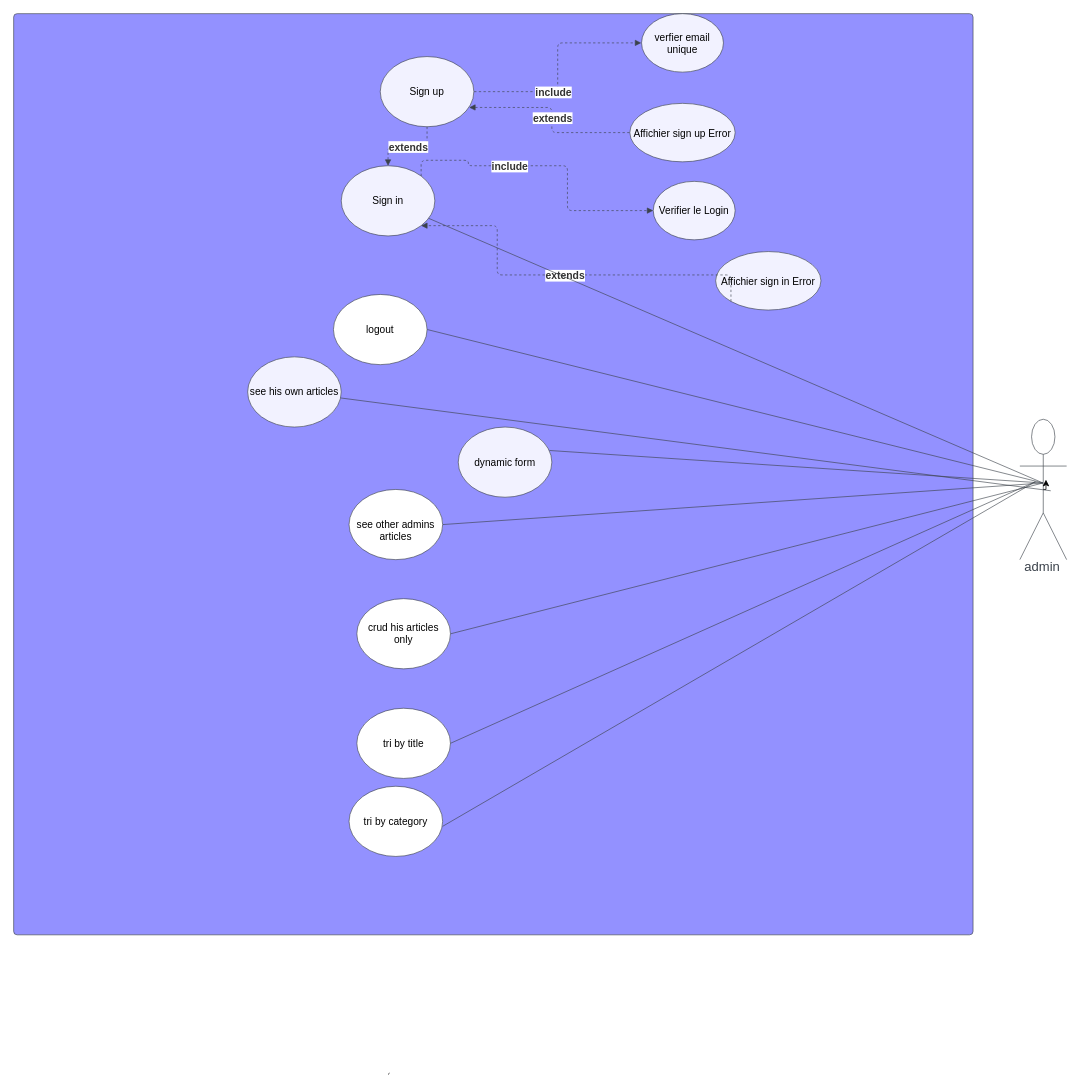
The draw.io diagram diagrams/diagram use case.drawio in ABRACHE01/Planet.DEV__website, before the edit. Source tidied: cells renumbered, new cells numbered last; positions are measured from the earlier drawing's top-left corner, leaving out a move shared by most shapes. Both pictures are drawn from the tidied source at 78%, with x=0, y=0 at pixel (13, 13).
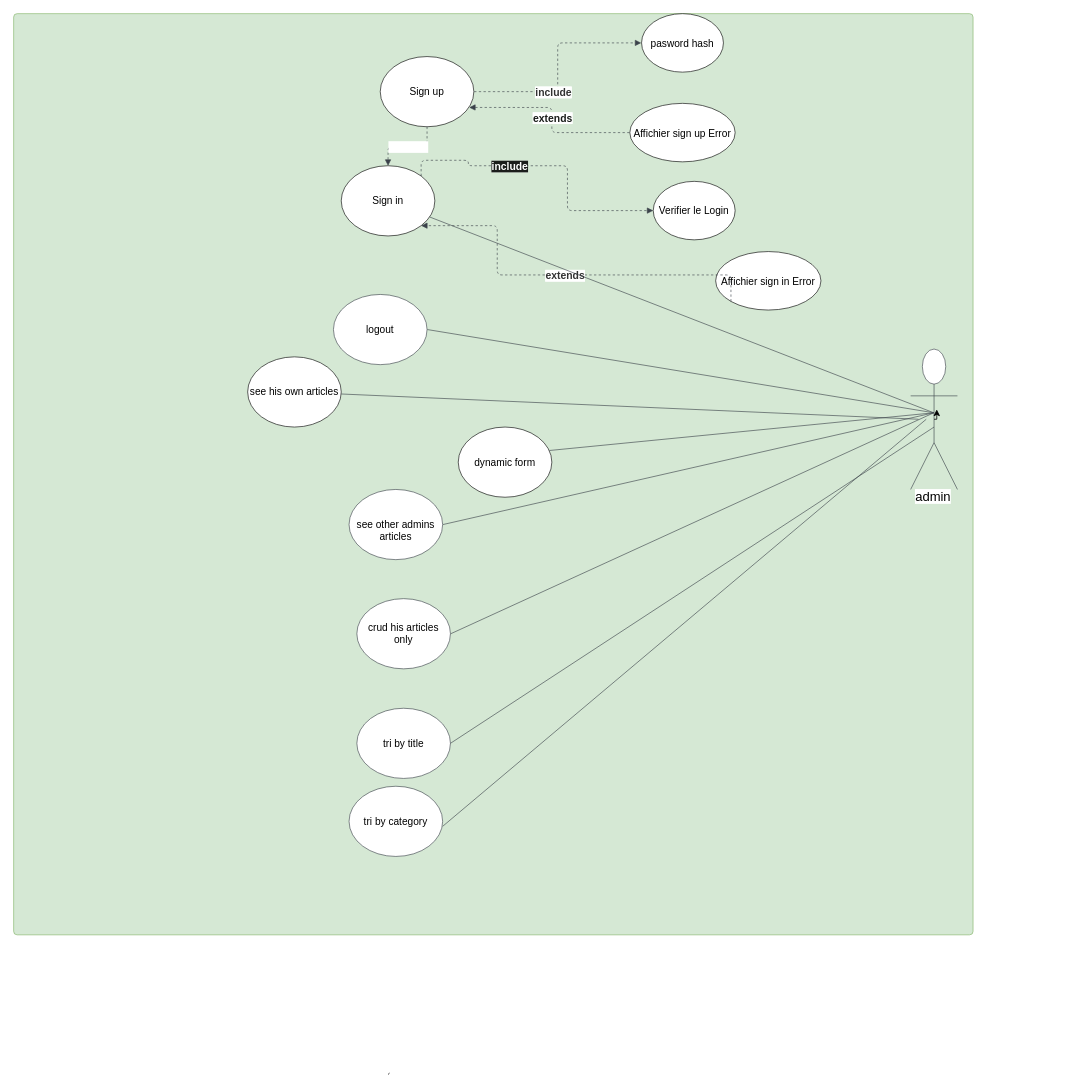
After the change.

Unchanged cells that the change refers to:
```xml
<mxCell id="3" style="html=1;jettySize=18;whiteSpace=wrap;fontSize=13;strokeColor=#3a414a;strokeOpacity=100;dashed=1;fixDash=1;strokeWidth=0.8;rounded=1;arcSize=12;edgeStyle=orthogonalEdgeStyle;startArrow=none;endArrow=block;endFill=1;exitX=1;exitY=0;entryX=0;entryY=0.5;entryDx=0;entryDy=0;exitDx=0;exitDy=0;" parent="2" edge="1" source="9" target="8">
  <mxGeometry relative="1" as="geometry">
    <Array as="points">
      <mxPoint x="583" y="188" />
      <mxPoint x="583" y="195" />
      <mxPoint x="710" y="195" />
      <mxPoint x="710" y="253" />
    </Array>
  </mxGeometry>
</mxCell>
<mxCell id="6" value="&lt;br&gt;see other admins articles&lt;br&gt;" style="html=1;overflow=block;blockSpacing=1;whiteSpace=wrap;ellipse;fontSize=13;spacing=3.8;strokeColor=#3a414a;strokeOpacity=100;rounded=1;absoluteArcSize=1;arcSize=9;strokeWidth=0.8;" parent="2" vertex="1">
  <mxGeometry x="430" y="610" width="120" height="90" as="geometry" />
</mxCell>
<mxCell id="7" value="crud his articles only" style="html=1;overflow=block;blockSpacing=1;whiteSpace=wrap;ellipse;fontSize=13;spacing=3.8;strokeColor=#3a414a;strokeOpacity=100;rounded=1;absoluteArcSize=1;arcSize=9;strokeWidth=0.8;" parent="2" vertex="1">
  <mxGeometry x="440" y="750" width="120" height="90" as="geometry" />
</mxCell>
<mxCell id="10" style="html=1;jettySize=18;whiteSpace=wrap;fontSize=13;strokeColor=#3a414a;strokeOpacity=100;dashed=1;fixDash=1;strokeWidth=0.8;rounded=1;arcSize=12;edgeStyle=orthogonalEdgeStyle;startArrow=none;endArrow=block;endFill=1;exitX=0;exitY=1;entryX=1;entryY=1;entryDx=0;entryDy=0;exitDx=0;exitDy=0;" parent="2" edge="1" source="5" target="9">
  <mxGeometry relative="1" as="geometry">
    <Array as="points">
      <mxPoint x="849" y="335" />
      <mxPoint x="620" y="335" />
      <mxPoint x="620" y="252" />
    </Array>
  </mxGeometry>
</mxCell>
<mxCell id="15" style="html=1;jettySize=18;whiteSpace=wrap;fontSize=13;strokeColor=#3a414a;strokeOpacity=100;dashed=1;fixDash=1;strokeWidth=0.8;rounded=1;arcSize=12;edgeStyle=orthogonalEdgeStyle;startArrow=none;endArrow=block;endFill=1;exitX=1.003;exitY=0.5;exitPerimeter=0;entryX=-0.004;entryY=0.5;entryPerimeter=0;" parent="2" edge="1" source="14" target="13">
  <mxGeometry relative="1" as="geometry" />
</mxCell>
<mxCell id="17" style="html=1;jettySize=18;whiteSpace=wrap;fontSize=13;strokeColor=#3a414a;strokeOpacity=100;dashed=1;fixDash=1;strokeWidth=0.8;rounded=1;arcSize=12;edgeStyle=orthogonalEdgeStyle;startArrow=none;endArrow=block;endFill=1;exitX=-0.003;exitY=0.5;exitPerimeter=0;entryX=0.95;entryY=0.725;entryPerimeter=0;" parent="2" edge="1" source="12" target="14">
  <mxGeometry relative="1" as="geometry" />
</mxCell>
<mxCell id="19" style="html=1;jettySize=18;whiteSpace=wrap;fontSize=13;strokeColor=#3a414a;strokeOpacity=100;dashed=1;fixDash=1;strokeWidth=0.8;rounded=1;arcSize=12;edgeStyle=orthogonalEdgeStyle;startArrow=none;endArrow=block;endFill=1;entryX=0.5;entryY=0;entryDx=0;entryDy=0;" parent="2" edge="1" source="14" target="9">
  <mxGeometry relative="1" as="geometry" />
</mxCell>
<mxCell id="22" value="logout" style="html=1;overflow=block;blockSpacing=1;whiteSpace=wrap;ellipse;fontSize=13;spacing=3.8;strokeColor=#3a414a;strokeOpacity=100;rounded=1;absoluteArcSize=1;arcSize=9;strokeWidth=0.8;" parent="2" vertex="1">
  <mxGeometry x="410" y="360" width="120" height="90" as="geometry" />
</mxCell>
<mxCell id="23" value="tri by title" style="html=1;overflow=block;blockSpacing=1;whiteSpace=wrap;ellipse;fontSize=13;spacing=3.8;strokeColor=#3a414a;strokeOpacity=100;rounded=1;absoluteArcSize=1;arcSize=9;strokeWidth=0.8;" parent="2" vertex="1">
  <mxGeometry x="440" y="890.5" width="120" height="90" as="geometry" />
</mxCell>
```

The edit, as a diff of the source:
```diff
@@
-    <mxCell id="2" style="html=1;overflow=block;blockSpacing=1;whiteSpace=wrap;fontSize=16.7;fontColor=#3a414a;spacing=0;strokeColor=#3a414a;strokeOpacity=100;fillOpacity=100;rounded=1;absoluteArcSize=1;arcSize=9;fillColor=#9391ff;strokeWidth=0.8;" parent="1" vertex="1">
+    <mxCell id="2" style="html=1;overflow=block;blockSpacing=1;whiteSpace=wrap;fontSize=16.7;spacing=0;strokeColor=#82b366;strokeOpacity=100;fillOpacity=100;rounded=1;absoluteArcSize=1;arcSize=9;fillColor=#d5e8d4;strokeWidth=0.8;" parent="1" vertex="1">
       <mxGeometry width="1230" height="1181" as="geometry" />
     </mxCell>
@@
-    <mxCell id="4" value="include" style="text;html=1;labelBackgroundColor=default;align=center;verticalAlign=middle;fontStyle=1;fontColor=#333333;fontSize=13.3;" parent="3" vertex="1">
+    <mxCell id="4" value="&lt;span style=&quot;background-color: rgb(27, 29, 27);&quot;&gt;&lt;font color=&quot;#ffffff&quot;&gt;include&lt;/font&gt;&lt;/span&gt;" style="text;html=1;labelBackgroundColor=default;align=center;verticalAlign=middle;fontStyle=1;fontColor=#333333;fontSize=13.3;" parent="3" vertex="1">
       <mxGeometry x="-0.27" relative="1" as="geometry" />
     </mxCell>
-    <mxCell id="5" value="Affichier  sign in Error" style="html=1;overflow=block;blockSpacing=1;whiteSpace=wrap;ellipse;fontSize=13;spacing=3.8;strokeColor=#3a414a;strokeOpacity=100;fillOpacity=100;rounded=1;absoluteArcSize=1;arcSize=9;fillColor=#f2f2ff;strokeWidth=0.8;" parent="2" vertex="1">
+    <mxCell id="5" value="Affichier  sign in Error" style="html=1;overflow=block;blockSpacing=1;whiteSpace=wrap;ellipse;fontSize=13;spacing=3.8;strokeOpacity=100;fillOpacity=100;rounded=1;absoluteArcSize=1;arcSize=9;strokeWidth=0.8;" parent="2" vertex="1">
       <mxGeometry x="900" y="305" width="135" height="75" as="geometry" />
     </mxCell>
@@
-    <mxCell id="8" value="Verifier le  Login" style="html=1;overflow=block;blockSpacing=1;whiteSpace=wrap;ellipse;fontSize=13;spacing=3.8;strokeColor=#3a414a;strokeOpacity=100;fillOpacity=100;rounded=1;absoluteArcSize=1;arcSize=9;fillColor=#f2f2ff;strokeWidth=0.8;" parent="2" vertex="1">
+    <mxCell id="8" value="Verifier le  Login" style="html=1;overflow=block;blockSpacing=1;whiteSpace=wrap;ellipse;fontSize=13;spacing=3.8;strokeOpacity=100;fillOpacity=100;rounded=1;absoluteArcSize=1;arcSize=9;strokeWidth=0.8;" parent="2" vertex="1">
       <mxGeometry x="820" y="215" width="105" height="75" as="geometry" />
     </mxCell>
-    <mxCell id="9" value="Sign in" style="html=1;overflow=block;blockSpacing=1;whiteSpace=wrap;ellipse;fontSize=13;spacing=3.8;strokeColor=#3a414a;strokeOpacity=100;fillOpacity=100;rounded=1;absoluteArcSize=1;arcSize=9;fillColor=#f2f2ff;strokeWidth=0.8;" parent="2" vertex="1">
+    <mxCell id="9" value="Sign in" style="html=1;overflow=block;blockSpacing=1;whiteSpace=wrap;ellipse;fontSize=13;spacing=3.8;strokeOpacity=100;fillOpacity=100;rounded=1;absoluteArcSize=1;arcSize=9;strokeWidth=0.8;" parent="2" vertex="1">
       <mxGeometry x="420" y="195" width="120" height="90" as="geometry" />
     </mxCell>
@@
-    <mxCell id="11" value="extends" style="text;html=1;labelBackgroundColor=default;align=center;verticalAlign=middle;fontStyle=1;fontColor=#333333;fontSize=13.3;" parent="10" vertex="1">
+    <mxCell id="11" value="&lt;span style=&quot;background-color: rgb(255, 255, 255);&quot;&gt;extends&lt;/span&gt;" style="text;html=1;labelBackgroundColor=default;align=center;verticalAlign=middle;fontStyle=1;fontColor=#333333;fontSize=13.3;" parent="10" vertex="1">
       <mxGeometry relative="1" as="geometry" />
     </mxCell>
-    <mxCell id="12" value="Affichier  sign up Error" style="html=1;overflow=block;blockSpacing=1;whiteSpace=wrap;ellipse;fontSize=13;spacing=3.8;strokeColor=#3a414a;strokeOpacity=100;fillOpacity=100;rounded=1;absoluteArcSize=1;arcSize=9;fillColor=#f2f2ff;strokeWidth=0.8;" parent="2" vertex="1">
+    <mxCell id="12" value="Affichier  sign up Error" style="html=1;overflow=block;blockSpacing=1;whiteSpace=wrap;ellipse;fontSize=13;spacing=3.8;strokeOpacity=100;fillOpacity=100;rounded=1;absoluteArcSize=1;arcSize=9;strokeWidth=0.8;" parent="2" vertex="1">
       <mxGeometry x="790" y="115" width="135" height="75" as="geometry" />
     </mxCell>
-    <mxCell id="13" value="verfier email unique" style="html=1;overflow=block;blockSpacing=1;whiteSpace=wrap;ellipse;fontSize=13;spacing=3.8;strokeColor=#3a414a;strokeOpacity=100;fillOpacity=100;rounded=1;absoluteArcSize=1;arcSize=9;fillColor=#f2f2ff;strokeWidth=0.8;" parent="2" vertex="1">
+    <mxCell id="13" value="pasword hash&lt;br&gt;" style="html=1;overflow=block;blockSpacing=1;whiteSpace=wrap;ellipse;fontSize=13;spacing=3.8;strokeOpacity=100;fillOpacity=100;rounded=1;absoluteArcSize=1;arcSize=9;strokeWidth=0.8;" parent="2" vertex="1">
       <mxGeometry x="805" width="105" height="75" as="geometry" />
     </mxCell>
-    <mxCell id="14" value="Sign up" style="html=1;overflow=block;blockSpacing=1;whiteSpace=wrap;ellipse;fontSize=13;spacing=3.8;strokeColor=#3a414a;strokeOpacity=100;fillOpacity=100;rounded=1;absoluteArcSize=1;arcSize=9;fillColor=#f2f2ff;strokeWidth=0.8;" parent="2" vertex="1">
+    <mxCell id="14" value="Sign up" style="html=1;overflow=block;blockSpacing=1;whiteSpace=wrap;ellipse;fontSize=13;spacing=3.8;strokeOpacity=100;fillOpacity=100;rounded=1;absoluteArcSize=1;arcSize=9;strokeWidth=0.8;" parent="2" vertex="1">
       <mxGeometry x="470" y="55" width="120" height="90" as="geometry" />
     </mxCell>
@@
-    <mxCell id="16" value="include" style="text;html=1;labelBackgroundColor=default;align=center;verticalAlign=middle;fontStyle=1;fontColor=#333333;fontSize=13.3;" parent="15" vertex="1">
+    <mxCell id="16" value="&lt;span style=&quot;background-color: rgb(255, 255, 255);&quot;&gt;include&lt;/span&gt;" style="text;html=1;labelBackgroundColor=default;align=center;verticalAlign=middle;fontStyle=1;fontColor=#333333;fontSize=13.3;" parent="15" vertex="1">
       <mxGeometry x="-0.27" relative="1" as="geometry" />
     </mxCell>
@@
-    <mxCell id="18" value="extends" style="text;html=1;labelBackgroundColor=default;align=center;verticalAlign=middle;fontStyle=1;fontColor=#333333;fontSize=13.3;" parent="17" vertex="1">
+    <mxCell id="18" value="&lt;font style=&quot;background-color: rgb(255, 255, 255);&quot; color=&quot;#1b1d1b&quot;&gt;extends&lt;/font&gt;" style="text;html=1;labelBackgroundColor=default;align=center;verticalAlign=middle;fontStyle=1;fontColor=#333333;fontSize=13.3;" parent="17" vertex="1">
       <mxGeometry relative="1" as="geometry" />
     </mxCell>
@@
-    <mxCell id="20" value="extends" style="text;html=1;labelBackgroundColor=default;align=center;verticalAlign=middle;fontStyle=1;fontColor=#333333;fontSize=13.3;" parent="19" vertex="1">
+    <mxCell id="20" value="&lt;font color=&quot;#ffffff&quot;&gt;extends&lt;/font&gt;" style="text;html=1;labelBackgroundColor=default;align=center;verticalAlign=middle;fontStyle=1;fontColor=#333333;fontSize=13.3;" parent="19" vertex="1">
       <mxGeometry relative="1" as="geometry" />
     </mxCell>
-    <mxCell id="21" value="dynamic form" style="html=1;overflow=block;blockSpacing=1;whiteSpace=wrap;ellipse;fontSize=13;spacing=3.8;strokeColor=#3a414a;strokeOpacity=100;fillOpacity=100;rounded=1;absoluteArcSize=1;arcSize=9;fillColor=#f2f2ff;strokeWidth=0.8;" parent="2" vertex="1">
+    <mxCell id="21" value="dynamic form" style="html=1;overflow=block;blockSpacing=1;whiteSpace=wrap;ellipse;fontSize=13;spacing=3.8;strokeOpacity=100;fillOpacity=100;rounded=1;absoluteArcSize=1;arcSize=9;strokeWidth=0.8;" parent="2" vertex="1">
       <mxGeometry x="570" y="530" width="120" height="90" as="geometry" />
     </mxCell>
@@
     <mxCell id="25" style="html=1;jettySize=18;whiteSpace=wrap;fontSize=13;strokeColor=#3a414a;strokeOpacity=100;strokeWidth=0.8;rounded=0;startArrow=none;endArrow=none;entryX=1.003;entryY=0.5;entryPerimeter=0;" parent="2" edge="1">
       <mxGeometry relative="1" as="geometry">
-        <mxPoint x="1310" y="600" as="sourcePoint" />
+        <mxPoint x="1170" y="520" as="sourcePoint" />
         <mxPoint x="550" y="1041.9" as="targetPoint" />
       </mxGeometry>
     </mxCell>
-    <mxCell id="26" value="see his own articles" style="html=1;overflow=block;blockSpacing=1;whiteSpace=wrap;ellipse;fontSize=13;spacing=3.8;strokeColor=#3a414a;strokeOpacity=100;fillOpacity=100;rounded=1;absoluteArcSize=1;arcSize=9;fillColor=#f2f2ff;strokeWidth=0.8;" parent="2" vertex="1">
+    <mxCell id="26" value="see his own articles" style="html=1;overflow=block;blockSpacing=1;whiteSpace=wrap;ellipse;fontSize=13;spacing=3.8;strokeOpacity=100;fillOpacity=100;rounded=1;absoluteArcSize=1;arcSize=9;strokeWidth=0.8;" parent="2" vertex="1">
       <mxGeometry x="300" y="440" width="120" height="90" as="geometry" />
     </mxCell>
-    <mxCell id="27" value="admin" style="html=1;overflow=block;blockSpacing=1;shape=umlActor;labelPosition=center;verticalLabelPosition=bottom;verticalAlign=top;whiteSpace=nowrap;fontSize=16.7;fontColor=#3a414a;spacing=0;strokeColor=#3a414a;strokeOpacity=100;rounded=1;absoluteArcSize=1;arcSize=9;strokeWidth=0.8;" parent="1" vertex="1">
-      <mxGeometry x="1290" y="520" width="60" height="180" as="geometry" />
+    <mxCell id="27" value="&lt;span style=&quot;background-color: rgb(255, 255, 255);&quot;&gt;&lt;font color=&quot;#000000&quot;&gt;admin&lt;/font&gt;&lt;/span&gt;" style="html=1;overflow=block;blockSpacing=1;shape=umlActor;labelPosition=center;verticalLabelPosition=bottom;verticalAlign=top;whiteSpace=nowrap;fontSize=16.7;fontColor=#FFFFFF;spacing=0;strokeColor=#3a414a;strokeOpacity=100;rounded=1;absoluteArcSize=1;arcSize=9;strokeWidth=0.8;labelBorderColor=none;" parent="2" vertex="1">
+      <mxGeometry x="1150" y="430" width="60" height="180" as="geometry" />
     </mxCell>
-    <mxCell id="28" style="html=1;jettySize=18;whiteSpace=wrap;fontSize=13;strokeColor=#3a414a;strokeOpacity=100;strokeWidth=0.8;rounded=0;startArrow=none;endArrow=none;exitX=0.494;exitY=0.454;exitPerimeter=0;" parent="1" edge="1" source="27" target="9">
+    <mxCell id="28" style="html=1;jettySize=18;whiteSpace=wrap;fontSize=13;strokeColor=#3a414a;strokeOpacity=100;strokeWidth=0.8;rounded=0;startArrow=none;endArrow=none;exitX=0.494;exitY=0.454;exitPerimeter=0;" parent="2" edge="1" source="27" target="9">
       <mxGeometry relative="1" as="geometry" />
     </mxCell>
-    <mxCell id="29" style="html=1;jettySize=18;whiteSpace=wrap;fontSize=13;strokeColor=#3a414a;strokeOpacity=100;strokeWidth=0.8;rounded=0;startArrow=none;endArrow=none;exitX=0.494;exitY=0.454;exitPerimeter=0;entryX=1.003;entryY=0.5;entryPerimeter=0;" parent="1" edge="1" source="27" target="22">
+    <mxCell id="29" style="html=1;jettySize=18;whiteSpace=wrap;fontSize=13;strokeColor=#3a414a;strokeOpacity=100;strokeWidth=0.8;rounded=0;startArrow=none;endArrow=none;exitX=0.494;exitY=0.454;exitPerimeter=0;entryX=1.003;entryY=0.5;entryPerimeter=0;" parent="2" edge="1" source="27" target="22">
       <mxGeometry relative="1" as="geometry" />
     </mxCell>
-    <mxCell id="30" style="html=1;jettySize=18;whiteSpace=wrap;fontSize=13;strokeColor=#3a414a;strokeOpacity=100;strokeWidth=0.8;rounded=0;startArrow=none;endArrow=none;exitX=0.494;exitY=0.454;exitPerimeter=0;entryX=0.975;entryY=0.334;entryPerimeter=0;" parent="1" edge="1" source="27" target="21">
+    <mxCell id="30" style="html=1;jettySize=18;whiteSpace=wrap;fontSize=13;strokeColor=#3a414a;strokeOpacity=100;strokeWidth=0.8;rounded=0;startArrow=none;endArrow=none;exitX=0.494;exitY=0.454;exitPerimeter=0;entryX=0.975;entryY=0.334;entryPerimeter=0;" parent="2" edge="1" source="27" target="21">
       <mxGeometry relative="1" as="geometry" />
     </mxCell>
-    <mxCell id="31" style="html=1;jettySize=18;whiteSpace=wrap;fontSize=13;strokeColor=#3a414a;strokeOpacity=100;strokeWidth=0.8;rounded=0;startArrow=none;endArrow=none;exitX=0.494;exitY=0.454;exitPerimeter=0;entryX=1.003;entryY=0.5;entryPerimeter=0;" parent="1" edge="1" source="27" target="6">
+    <mxCell id="31" style="html=1;jettySize=18;whiteSpace=wrap;fontSize=13;strokeColor=#3a414a;strokeOpacity=100;strokeWidth=0.8;rounded=0;startArrow=none;endArrow=none;exitX=0.494;exitY=0.454;exitPerimeter=0;entryX=1.003;entryY=0.5;entryPerimeter=0;" parent="2" edge="1" source="27" target="6">
       <mxGeometry relative="1" as="geometry" />
     </mxCell>
-    <mxCell id="32" style="html=1;jettySize=18;whiteSpace=wrap;fontSize=13;strokeColor=#3a414a;strokeOpacity=100;strokeWidth=0.8;rounded=0;startArrow=none;endArrow=none;exitX=0.494;exitY=0.454;exitPerimeter=0;entryX=1.003;entryY=0.5;entryPerimeter=0;" parent="1" edge="1" source="27" target="7">
+    <mxCell id="32" style="html=1;jettySize=18;whiteSpace=wrap;fontSize=13;strokeColor=#3a414a;strokeOpacity=100;strokeWidth=0.8;rounded=0;startArrow=none;endArrow=none;exitX=0.494;exitY=0.454;exitPerimeter=0;entryX=1.003;entryY=0.5;entryPerimeter=0;" parent="2" edge="1" source="27" target="7">
       <mxGeometry relative="1" as="geometry" />
     </mxCell>
+    <mxCell id="34" style="edgeStyle=orthogonalEdgeStyle;rounded=0;orthogonalLoop=1;jettySize=auto;html=1;exitX=0.5;exitY=0.5;exitDx=0;exitDy=0;exitPerimeter=0;entryX=0.558;entryY=0.43;entryDx=0;entryDy=0;entryPerimeter=0;" parent="2" edge="1" source="27" target="27">
+      <mxGeometry relative="1" as="geometry" />
+    </mxCell>
@@
-    <mxCell id="34" style="edgeStyle=orthogonalEdgeStyle;rounded=0;orthogonalLoop=1;jettySize=auto;html=1;exitX=0.5;exitY=0.5;exitDx=0;exitDy=0;exitPerimeter=0;entryX=0.558;entryY=0.43;entryDx=0;entryDy=0;entryPerimeter=0;" parent="1" edge="1" source="27" target="27">
-      <mxGeometry relative="1" as="geometry" />
-    </mxCell>
-    <mxCell id="35" style="html=1;jettySize=18;whiteSpace=wrap;fontSize=13;strokeColor=#3a414a;strokeOpacity=100;strokeWidth=0.8;rounded=0;startArrow=none;endArrow=none;entryX=1;entryY=0.5;entryDx=0;entryDy=0;" parent="1" edge="1" target="23">
-      <mxGeometry relative="1" as="geometry">
-        <mxPoint x="1310" y="600" as="sourcePoint" />
-        <Array as="points">
-          <mxPoint x="1310" y="600" />
-        </Array>
-      </mxGeometry>
-    </mxCell>
-    <mxCell id="36" style="html=1;jettySize=18;whiteSpace=wrap;fontSize=13;strokeColor=#3a414a;strokeOpacity=100;strokeWidth=0.8;rounded=0;startArrow=none;endArrow=none;exitX=0.494;exitY=0.454;exitPerimeter=0;" parent="1" edge="1" target="26">
+    <mxCell id="36" style="html=1;jettySize=18;whiteSpace=wrap;fontSize=13;strokeColor=#3a414a;strokeOpacity=100;strokeWidth=0.8;rounded=0;startArrow=none;endArrow=none;" parent="1" edge="1" target="26">
       <mxGeometry relative="1" as="geometry">
-        <mxPoint x="1329.6" y="611.7" as="sourcePoint" />
+        <mxPoint x="1160" y="520" as="sourcePoint" />
       </mxGeometry>
     </mxCell>
+    <mxCell id="37" style="html=1;jettySize=18;whiteSpace=wrap;fontSize=13;strokeColor=#3a414a;strokeOpacity=100;strokeWidth=0.8;rounded=0;startArrow=none;endArrow=none;entryX=1;entryY=0.5;entryDx=0;entryDy=0;" parent="1" edge="1" target="23">
+      <mxGeometry relative="1" as="geometry">
+        <mxPoint x="1180" y="530" as="sourcePoint" />
+      </mxGeometry>
+    </mxCell>
```
